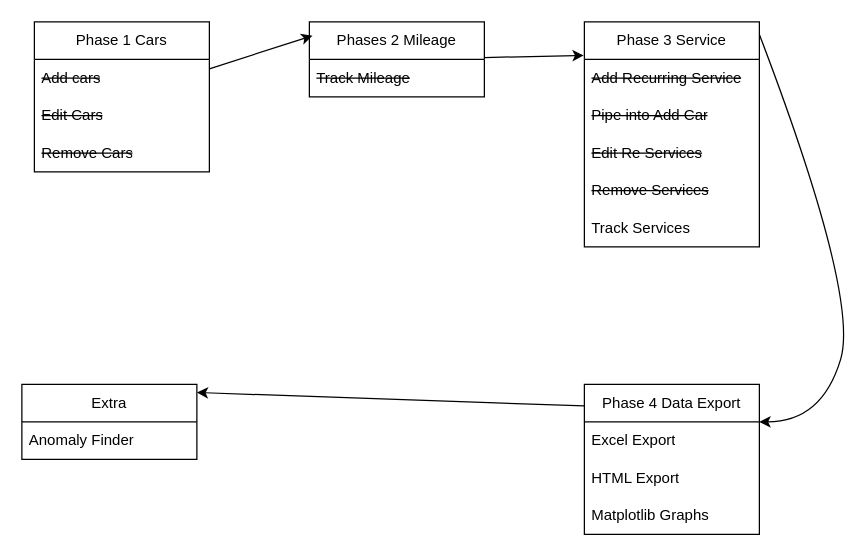
Earlier version of the draw.io diagram BluePrint/Phases.drawio (Danny-Erikson/MileageSnake). Source tidied: cells renumbered, new cells numbered last; positions are measured from the earlier drawing's top-left corner, leaving out a move shared by most shapes. Both pictures are drawn from the tidied source at 125%, with x=0, y=0 at pixel (21, 21).
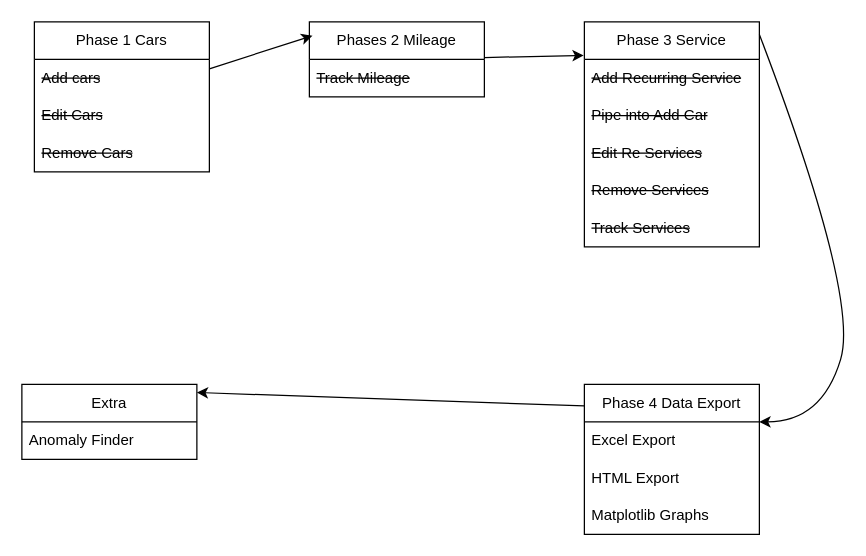
After the change.

Unchanged cells that the change refers to:
```xml
<mxCell id="9" value="Phase 3 Service" style="swimlane;fontStyle=0;horizontal=1;startSize=30;whiteSpace=wrap;html=1;" parent="1" vertex="1">
  <mxGeometry x="450" width="140" height="180" as="geometry" />
</mxCell>
```

Change to the diagram source:
```diff
@@
-    <mxCell id="14" value="Track Services" style="text;strokeColor=none;fillColor=none;align=left;verticalAlign=middle;spacingLeft=4;spacingRight=4;overflow=hidden;whiteSpace=wrap;html=1;" parent="9" vertex="1">
+    <mxCell id="14" value="&lt;strike&gt;Track Services&lt;/strike&gt;" style="text;strokeColor=none;fillColor=none;align=left;verticalAlign=middle;spacingLeft=4;spacingRight=4;overflow=hidden;whiteSpace=wrap;html=1;" parent="9" vertex="1">
       <mxGeometry y="150" width="140" height="30" as="geometry" />
     </mxCell>
```
